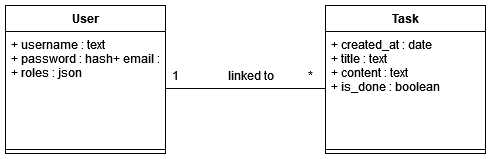
GN4RK/projet8-TodoList keeps this draw.io diagram as diagrams/P8 - Classes diagram.drawio.png. Above is the earlier version. Source tidied: cells renumbered, new cells last; positions are measured from the earlier drawing's top-left corner, leaving out a move shared by most shapes.
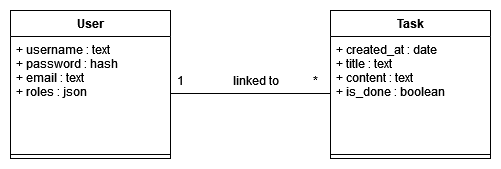
Later version of the same file.

What changed in the source:
```diff
@@ -5,7 +5,7 @@
     <mxCell id="2" value="User" style="swimlane;fontStyle=1;align=center;verticalAlign=top;horizontal=1;startSize=26;" parent="1" vertex="1">
       <mxGeometry width="160" height="148" as="geometry" />
     </mxCell>
-    <mxCell id="3" value="+ username : text&#10;+ password : hash+ email : text&#10;+ roles : json&#10;&#10;&#10;&#10;&#10;" style="text;strokeColor=none;fillColor=none;align=left;verticalAlign=top;spacingLeft=4;spacingRight=4;overflow=hidden;points=[[0,0.5],[1,0.5]];portConstraint=eastwest;" parent="2" vertex="1">
+    <mxCell id="3" value="+ username : text&#10;+ password : hash&#10;+ email : text&#10;+ roles : json&#10;&#10;&#10;&#10;&#10;" style="text;strokeColor=none;fillColor=none;align=left;verticalAlign=top;spacingLeft=4;spacingRight=4;overflow=hidden;points=[[0,0.5],[1,0.5]];portConstraint=eastwest;" parent="2" vertex="1">
       <mxGeometry y="26" width="160" height="114" as="geometry" />
     </mxCell>
     <mxCell id="4" style="line;strokeWidth=1;fillColor=none;align=left;verticalAlign=middle;spacingTop=-1;spacingLeft=3;spacingRight=3;labelPosition=right;" parent="2" vertex="1">
```
